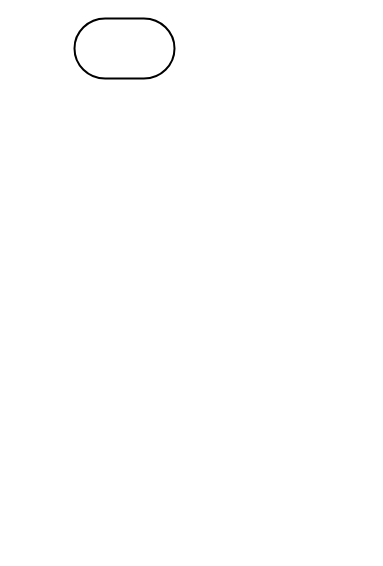
This is Unit3-01/flowchart.drawio from Flynn-Rundquist/ICS4U-Unit3, a draw.io file, before an edit. Source tidied: cells renumbered, new cells numbered last; positions are measured from the earlier drawing's top-left corner, leaving out a move shared by most shapes. Both pictures are drawn from the tidied source at 100%, with x=0, y=0 at pixel (74, 18).
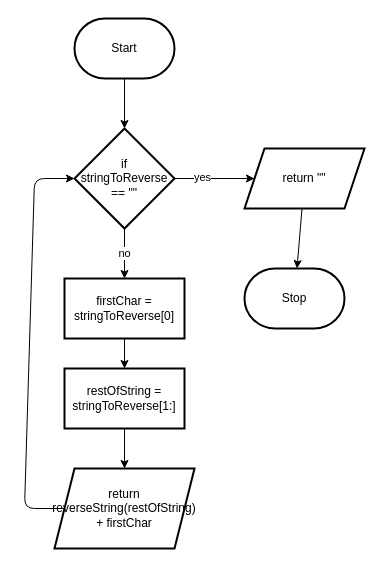
The same page after the edit.

The edit, as a diff of the source:
```diff
@@
 <mxGraphModel>
   <root>
     <mxCell id="0" />
     <mxCell id="1" parent="0" />
+    <mxCell id="3" style="edgeStyle=none;html=1;" parent="1" edge="1" source="2" target="7">
+      <mxGeometry relative="1" as="geometry" />
+    </mxCell>
-    <mxCell id="2" style="strokeWidth=2;html=1;shape=mxgraph.flowchart.terminator;whiteSpace=wrap;" parent="1" vertex="1">
+    <mxCell id="2" value="Start" style="strokeWidth=2;html=1;shape=mxgraph.flowchart.terminator;whiteSpace=wrap;" parent="1" vertex="1">
       <mxGeometry width="100" height="60" as="geometry" />
     </mxCell>
+    <mxCell id="4" style="edgeStyle=none;html=1;" parent="1" edge="1" source="7" target="9">
+      <mxGeometry relative="1" as="geometry" />
+    </mxCell>
+    <mxCell id="5" value="yes" style="edgeLabel;html=1;align=center;verticalAlign=middle;" parent="4" vertex="1">
+      <mxGeometry x="-0.33" y="2" relative="1" as="geometry" />
+    </mxCell>
+    <mxCell id="6" value="no" style="edgeStyle=none;html=1;" parent="1" edge="1" source="7" target="11">
+      <mxGeometry relative="1" as="geometry" />
+    </mxCell>
+    <mxCell id="7" value="if&lt;br&gt;stringToReverse == &quot;&quot;" style="rhombus;whiteSpace=wrap;html=1;strokeWidth=2;" parent="1" vertex="1">
+      <mxGeometry y="110" width="100" height="100" as="geometry" />
+    </mxCell>
+    <mxCell id="8" style="edgeStyle=none;html=1;" parent="1" edge="1" source="9" target="16">
+      <mxGeometry relative="1" as="geometry" />
+    </mxCell>
+    <mxCell id="9" value="return &quot;&quot;" style="shape=parallelogram;perimeter=parallelogramPerimeter;whiteSpace=wrap;html=1;fixedSize=1;strokeWidth=2;" parent="1" vertex="1">
+      <mxGeometry x="170" y="130" width="120" height="60" as="geometry" />
+    </mxCell>
+    <mxCell id="10" style="edgeStyle=none;html=1;" parent="1" edge="1" source="11" target="13">
+      <mxGeometry relative="1" as="geometry" />
+    </mxCell>
+    <mxCell id="11" value="firstChar = stringToReverse[0]" style="whiteSpace=wrap;html=1;strokeWidth=2;" parent="1" vertex="1">
+      <mxGeometry x="-10" y="260" width="120" height="60" as="geometry" />
+    </mxCell>
+    <mxCell id="12" style="edgeStyle=none;html=1;" parent="1" edge="1" source="13" target="15">
+      <mxGeometry relative="1" as="geometry" />
+    </mxCell>
+    <mxCell id="13" value="restOfString = stringToReverse[1:]" style="whiteSpace=wrap;html=1;strokeWidth=2;" parent="1" vertex="1">
+      <mxGeometry x="-10" y="350" width="120" height="60" as="geometry" />
+    </mxCell>
+    <mxCell id="14" style="edgeStyle=none;html=1;entryX=0;entryY=0.5;entryDx=0;entryDy=0;" parent="1" edge="1" source="15" target="7">
+      <mxGeometry relative="1" as="geometry">
+        <Array as="points">
+          <mxPoint x="-50" y="490" />
+          <mxPoint x="-40" y="160" />
+        </Array>
+      </mxGeometry>
+    </mxCell>
+    <mxCell id="15" value="return reverseString(restOfString) + firstChar" style="shape=parallelogram;perimeter=parallelogramPerimeter;whiteSpace=wrap;html=1;fixedSize=1;strokeWidth=2;" parent="1" vertex="1">
+      <mxGeometry x="-20" y="450" width="140" height="80" as="geometry" />
+    </mxCell>
+    <mxCell id="16" value="Stop" style="strokeWidth=2;html=1;shape=mxgraph.flowchart.terminator;whiteSpace=wrap;" parent="1" vertex="1">
+      <mxGeometry x="170" y="250" width="100" height="60" as="geometry" />
+    </mxCell>
   </root>
 </mxGraphModel>
```
